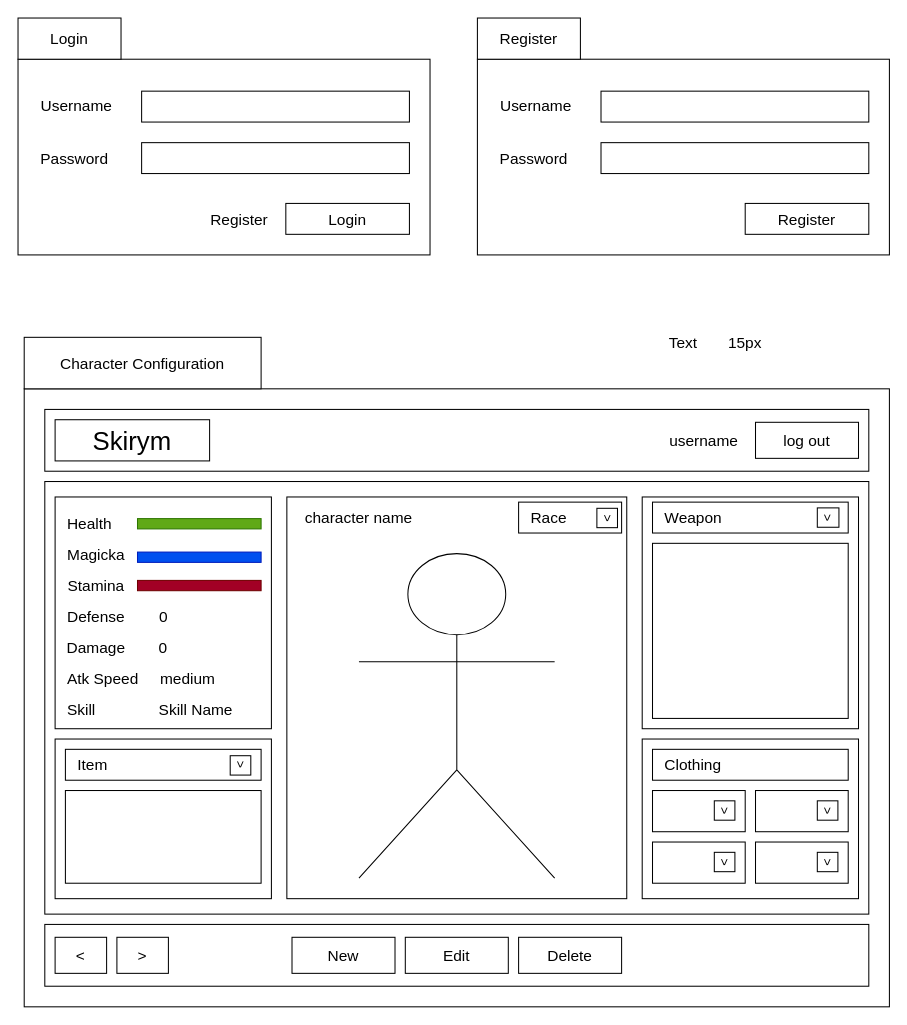
This is Diagrams/character_config_page.drawio from Joel6v/PraktikumZuehlke, a draw.io file, before an edit. Source tidied: cells renumbered, new cells numbered last; positions are measured from the earlier drawing's top-left corner, leaving out a move shared by most shapes. Both pictures are drawn from the tidied source at 103%, with x=0, y=0 at pixel (18, 18).
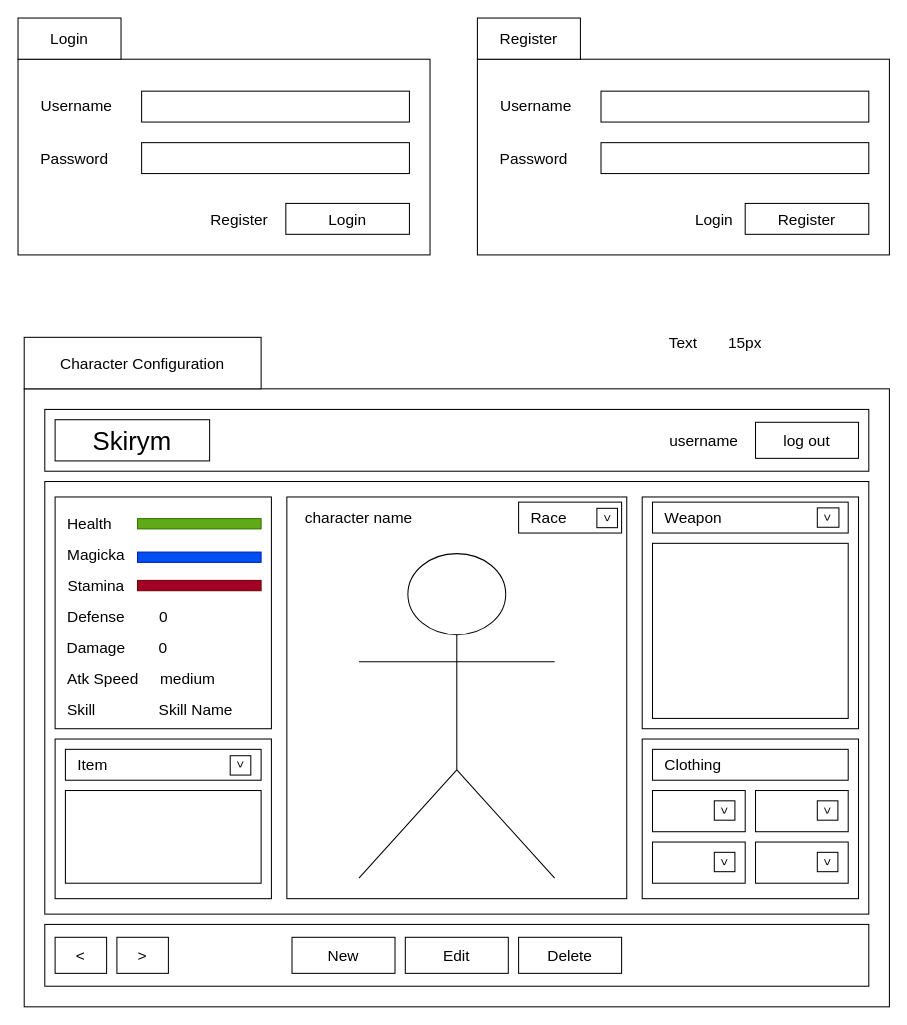
Above is the later version.

Diff of the diagram source:
```diff
@@
+    <mxCell id="112" value="&lt;font style=&quot;font-size: 15px;&quot;&gt;Login&lt;/font&gt;" style="text;html=1;align=center;verticalAlign=middle;whiteSpace=wrap;rounded=0;" parent="1" vertex="1">
+      <mxGeometry x="646" y="180" width="60" height="30" as="geometry" />
+    </mxCell>
```
